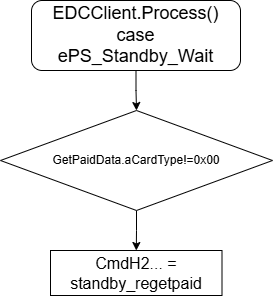
Earlier version of the draw.io export ReGetPaid(B8).png (AXQuestion/-). Source tidied: cells renumbered, new cells last; positions are measured from the earlier drawing's top-left corner, leaving out a move shared by most shapes.
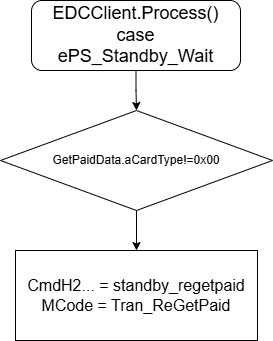
After the change.

Change to the diagram source:
```diff
@@ -14,8 +14,8 @@
     <mxCell id="5" value="GetPaidData.aCardType!=0x00" style="rhombus;whiteSpace=wrap;html=1;" parent="1" vertex="1">
       <mxGeometry y="110" width="272" height="100" as="geometry" />
     </mxCell>
-    <mxCell id="6" value="CmdH2... = standby_regetpaid" style="rounded=0;whiteSpace=wrap;html=1;fontSize=16;" parent="1" vertex="1">
-      <mxGeometry x="50" y="250" width="171.5" height="45" as="geometry" />
+    <mxCell id="6" value="CmdH2... = standby_regetpaid&lt;div&gt;MCode = Tran_ReGetPaid&lt;/div&gt;" style="rounded=0;whiteSpace=wrap;html=1;fontSize=16;" parent="1" vertex="1">
+      <mxGeometry x="15" y="250" width="242" height="90" as="geometry" />
     </mxCell>
   </root>
 </mxGraphModel>
```
